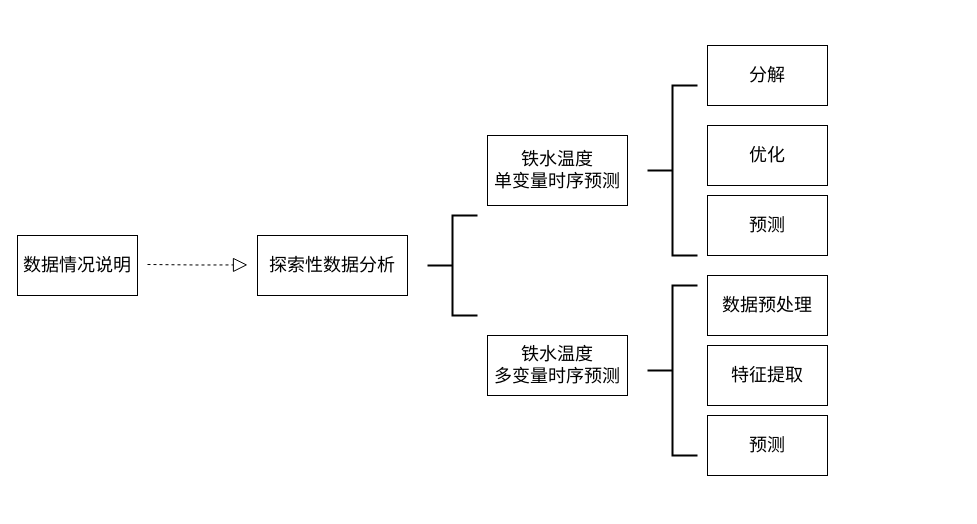
Before: ThirdSection/未命名绘图.drawio in shengyaguniang/PyTorchDocs, a draw.io diagram. Source tidied: cells renumbered, new cells numbered last; positions are measured from the earlier drawing's top-left corner, leaving out a move shared by most shapes. Both pictures are drawn from the tidied source at 100%, with x=0, y=0 at pixel (17, 45).
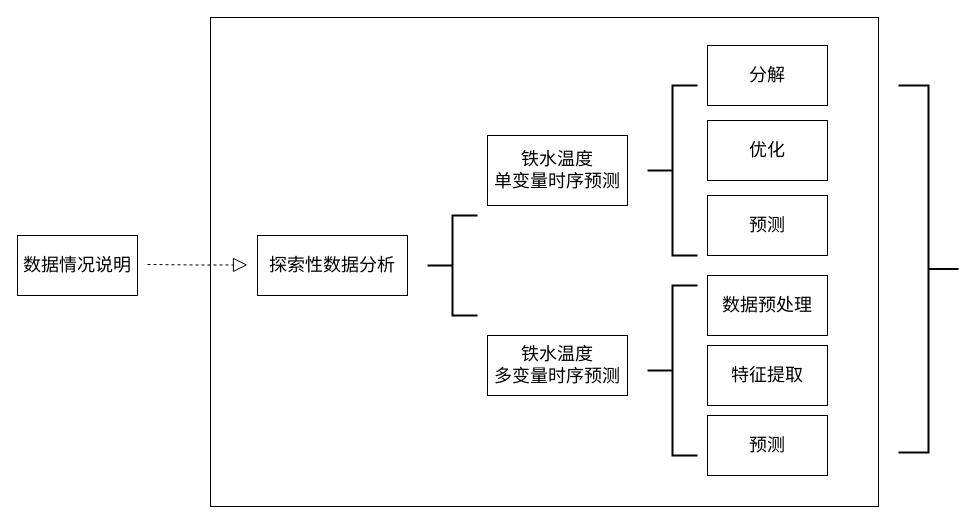
The same page after the edit.

Commit message:
更新未命名绘图.drawio

The edit, as a diff of the source:
```diff
@@
 <mxGraphModel>
   <root>
     <mxCell id="0" />
     <mxCell id="1" parent="0" />
+    <mxCell id="16" style="rounded=0;whiteSpace=wrap;html=1;" parent="1" vertex="1">
+      <mxGeometry x="193" y="-28" width="668" height="489" as="geometry" />
+    </mxCell>
     <mxCell id="2" value="&lt;font style=&quot;font-size: 18px;&quot;&gt;铁水温度&lt;br&gt;单变量时序预测&lt;/font&gt;" style="rounded=0;whiteSpace=wrap;html=1;" parent="1" vertex="1">
       <mxGeometry x="470" y="90" width="140" height="70" as="geometry" />
     </mxCell>
     <mxCell id="3" value="&lt;font style=&quot;font-size: 18px;&quot;&gt;铁水温度&lt;br&gt;多变量时序预测&lt;/font&gt;" style="rounded=0;whiteSpace=wrap;html=1;" parent="1" vertex="1">
       <mxGeometry x="470" y="290" width="140" height="60" as="geometry" />
     </mxCell>
     <mxCell id="4" style="strokeWidth=2;html=1;shape=mxgraph.flowchart.annotation_2;align=left;labelPosition=right;" parent="1" vertex="1">
       <mxGeometry x="630" y="40" width="50" height="170" as="geometry" />
     </mxCell>
     <mxCell id="5" value="&lt;font style=&quot;font-size: 18px;&quot;&gt;分解&lt;/font&gt;" style="rounded=0;whiteSpace=wrap;html=1;" parent="1" vertex="1">
       <mxGeometry x="690" width="120" height="60" as="geometry" />
     </mxCell>
     <mxCell id="6" value="&lt;span style=&quot;font-size: 18px;&quot;&gt;优化&lt;/span&gt;" style="rounded=0;whiteSpace=wrap;html=1;" parent="1" vertex="1">
-      <mxGeometry x="690" y="80" width="120" height="60" as="geometry" />
+      <mxGeometry x="690" y="75" width="120" height="60" as="geometry" />
     </mxCell>
     <mxCell id="7" value="&lt;span style=&quot;font-size: 18px;&quot;&gt;预测&lt;/span&gt;" style="rounded=0;whiteSpace=wrap;html=1;" parent="1" vertex="1">
       <mxGeometry x="690" y="150" width="120" height="60" as="geometry" />
     </mxCell>
     <mxCell id="8" style="strokeWidth=2;html=1;shape=mxgraph.flowchart.annotation_2;align=left;labelPosition=right;" parent="1" vertex="1">
       <mxGeometry x="630" y="240" width="50" height="170" as="geometry" />
     </mxCell>
     <mxCell id="9" value="&lt;span style=&quot;font-size: 18px;&quot;&gt;数据预处理&lt;/span&gt;" style="rounded=0;whiteSpace=wrap;html=1;" parent="1" vertex="1">
       <mxGeometry x="690" y="230" width="120" height="60" as="geometry" />
     </mxCell>
     <mxCell id="10" value="&lt;span style=&quot;font-size: 18px;&quot;&gt;特征提取&lt;/span&gt;" style="rounded=0;whiteSpace=wrap;html=1;" parent="1" vertex="1">
       <mxGeometry x="690" y="300" width="120" height="60" as="geometry" />
     </mxCell>
     <mxCell id="11" value="&lt;span style=&quot;font-size: 18px;&quot;&gt;预测&lt;/span&gt;" style="rounded=0;whiteSpace=wrap;html=1;" parent="1" vertex="1">
       <mxGeometry x="690" y="370" width="120" height="60" as="geometry" />
     </mxCell>
     <mxCell id="12" value="&lt;font style=&quot;font-size: 18px;&quot;&gt;探索性数据分析&lt;/font&gt;" style="rounded=0;whiteSpace=wrap;html=1;" parent="1" vertex="1">
       <mxGeometry x="240" y="190" width="150" height="60" as="geometry" />
     </mxCell>
     <mxCell id="13" style="strokeWidth=2;html=1;shape=mxgraph.flowchart.annotation_2;align=left;labelPosition=right;" parent="1" vertex="1">
       <mxGeometry x="410" y="170" width="50" height="100" as="geometry" />
     </mxCell>
     <mxCell id="14" value="&lt;font style=&quot;font-size: 18px;&quot;&gt;数据情况说明&lt;/font&gt;" style="rounded=0;whiteSpace=wrap;html=1;" parent="1" vertex="1">
       <mxGeometry y="190" width="120" height="60" as="geometry" />
     </mxCell>
     <mxCell id="15" style="endArrow=block;dashed=1;endFill=0;endSize=12;html=1;rounded=0;edgeStyle=orthogonalEdgeStyle;" parent="1" edge="1">
       <mxGeometry relative="1" as="geometry">
         <mxPoint x="130" y="219" as="sourcePoint" />
         <mxPoint x="230" y="219.4" as="targetPoint" />
       </mxGeometry>
     </mxCell>
+    <mxCell id="17" style="strokeWidth=2;html=1;shape=mxgraph.flowchart.annotation_2;align=left;labelPosition=right;rotation=-180;" parent="1" vertex="1">
+      <mxGeometry x="881" y="40" width="60" height="367" as="geometry" />
+    </mxCell>
   </root>
 </mxGraphModel>
```
